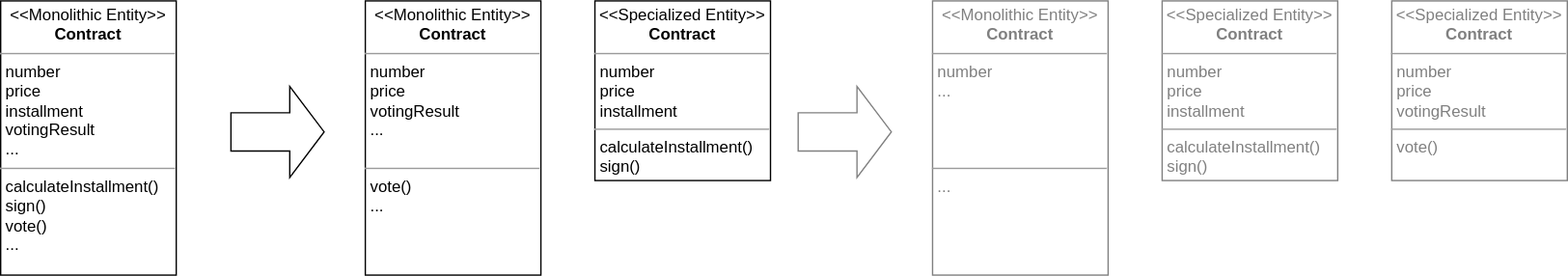
Above: docs/images/domain-driven-refactorings/tactical-for-strategic/carve-specialized-entity-out-of-monolithic-entity.drawio.svg in hschwentner/hschwentner.io (draw.io), before the change. Source tidied: cells renumbered, new cells last; positions are measured from the earlier drawing's top-left corner, leaving out a move shared by most shapes. Its diagram source:
```xml
<mxGraphModel>
  <root>
    <mxCell id="0" />
    <mxCell id="1" parent="0" />
    <mxCell id="2" value="&lt;p style=&quot;margin: 0px ; margin-top: 4px ; text-align: center&quot;&gt;&amp;lt;&amp;lt;Monolithic Entity&amp;gt;&amp;gt;&lt;br&gt;&lt;b&gt;Contract&lt;/b&gt;&lt;/p&gt;&lt;hr size=&quot;1&quot;&gt;&lt;p style=&quot;margin: 0px ; margin-left: 4px&quot;&gt;number&lt;/p&gt;&lt;p style=&quot;margin: 0px ; margin-left: 4px&quot;&gt;price&lt;/p&gt;&lt;p style=&quot;margin: 0px 0px 0px 4px&quot;&gt;installment&lt;/p&gt;&lt;p style=&quot;margin: 0px ; margin-left: 4px&quot;&gt;votingResult&lt;/p&gt;&lt;p style=&quot;margin: 0px ; margin-left: 4px&quot;&gt;&lt;span&gt;...&lt;/span&gt;&lt;br&gt;&lt;/p&gt;&lt;hr size=&quot;1&quot;&gt;&lt;p style=&quot;margin: 0px ; margin-left: 4px&quot;&gt;&lt;span&gt;calculateInstallment()&lt;/span&gt;&lt;br&gt;&lt;/p&gt;&lt;p style=&quot;margin: 0px ; margin-left: 4px&quot;&gt;sign()&lt;/p&gt;&lt;p style=&quot;margin: 0px ; margin-left: 4px&quot;&gt;vote()&lt;/p&gt;&lt;p style=&quot;margin: 0px ; margin-left: 4px&quot;&gt;...&lt;/p&gt;" style="verticalAlign=top;align=left;overflow=fill;fontSize=12;fontFamily=Helvetica;html=1;" parent="1" vertex="1">
      <mxGeometry width="130" height="203" as="geometry" />
    </mxCell>
    <mxCell id="3" style="shape=flexArrow;endArrow=classic;html=1;rounded=0;endWidth=38.14814814814815;endSize=8.15;width=28.333333333333332;" parent="1" edge="1">
      <mxGeometry relative="1" as="geometry">
        <mxPoint x="170" y="97" as="sourcePoint" />
        <mxPoint x="240" y="97" as="targetPoint" />
      </mxGeometry>
    </mxCell>
    <mxCell id="4" value="&lt;p style=&quot;margin: 0px ; margin-top: 4px ; text-align: center&quot;&gt;&amp;lt;&amp;lt;Specialized Entity&amp;gt;&amp;gt;&lt;br&gt;&lt;b&gt;Contract&lt;/b&gt;&lt;/p&gt;&lt;hr size=&quot;1&quot;&gt;&lt;p style=&quot;margin: 0px ; margin-left: 4px&quot;&gt;number&lt;/p&gt;&lt;p style=&quot;margin: 0px ; margin-left: 4px&quot;&gt;price&lt;/p&gt;&lt;p style=&quot;margin: 0px ; margin-left: 4px&quot;&gt;installment&lt;/p&gt;&lt;hr size=&quot;1&quot;&gt;&lt;p style=&quot;margin: 0px 0px 0px 4px&quot;&gt;calculateInstallment()&lt;br&gt;&lt;/p&gt;&lt;p style=&quot;margin: 0px 0px 0px 4px&quot;&gt;sign()&lt;/p&gt;" style="verticalAlign=top;align=left;overflow=fill;fontSize=12;fontFamily=Helvetica;html=1;" parent="1" vertex="1">
      <mxGeometry x="440" width="130" height="133" as="geometry" />
    </mxCell>
    <mxCell id="5" value="&lt;p style=&quot;margin: 0px ; margin-top: 4px ; text-align: center&quot;&gt;&amp;lt;&amp;lt;Monolithic Entity&amp;gt;&amp;gt;&lt;br&gt;&lt;b&gt;Contract&lt;/b&gt;&lt;/p&gt;&lt;hr size=&quot;1&quot;&gt;&lt;p style=&quot;margin: 0px ; margin-left: 4px&quot;&gt;number&lt;/p&gt;&lt;p style=&quot;margin: 0px ; margin-left: 4px&quot;&gt;price&lt;/p&gt;&lt;p style=&quot;margin: 0px ; margin-left: 4px&quot;&gt;votingResult&lt;/p&gt;&lt;p style=&quot;margin: 0px ; margin-left: 4px&quot;&gt;...&lt;/p&gt;&lt;p style=&quot;margin: 0px ; margin-left: 4px&quot;&gt;&lt;br&gt;&lt;/p&gt;&lt;hr size=&quot;1&quot;&gt;&lt;p style=&quot;margin: 0px ; margin-left: 4px&quot;&gt;&lt;span&gt;vote()&lt;/span&gt;&lt;br&gt;&lt;/p&gt;&lt;p style=&quot;margin: 0px ; margin-left: 4px&quot;&gt;...&lt;/p&gt;" style="verticalAlign=top;align=left;overflow=fill;fontSize=12;fontFamily=Helvetica;html=1;" parent="1" vertex="1">
      <mxGeometry x="270" width="130" height="203" as="geometry" />
    </mxCell>
    <mxCell id="6" style="shape=flexArrow;endArrow=classic;html=1;rounded=0;endWidth=38.14814814814815;endSize=8.15;width=28.333333333333332;strokeColor=#808080;fontColor=#808080;" parent="1" edge="1">
      <mxGeometry relative="1" as="geometry">
        <mxPoint x="590" y="97" as="sourcePoint" />
        <mxPoint x="660" y="97" as="targetPoint" />
      </mxGeometry>
    </mxCell>
    <mxCell id="7" value="&lt;p style=&quot;margin: 0px ; margin-top: 4px ; text-align: center&quot;&gt;&amp;lt;&amp;lt;Specialized Entity&amp;gt;&amp;gt;&lt;br&gt;&lt;b&gt;Contract&lt;/b&gt;&lt;/p&gt;&lt;hr size=&quot;1&quot;&gt;&lt;p style=&quot;margin: 0px ; margin-left: 4px&quot;&gt;number&lt;/p&gt;&lt;p style=&quot;margin: 0px ; margin-left: 4px&quot;&gt;price&lt;/p&gt;&lt;p style=&quot;margin: 0px ; margin-left: 4px&quot;&gt;installment&lt;/p&gt;&lt;hr size=&quot;1&quot;&gt;&lt;p style=&quot;margin: 0px 0px 0px 4px&quot;&gt;calculateInstallment()&lt;br&gt;&lt;/p&gt;&lt;p style=&quot;margin: 0px 0px 0px 4px&quot;&gt;sign()&lt;/p&gt;" style="verticalAlign=top;align=left;overflow=fill;fontSize=12;fontFamily=Helvetica;html=1;strokeColor=#808080;fontColor=#808080;" parent="1" vertex="1">
      <mxGeometry x="860" width="130" height="133" as="geometry" />
    </mxCell>
    <mxCell id="8" value="&lt;p style=&quot;margin: 0px ; margin-top: 4px ; text-align: center&quot;&gt;&amp;lt;&amp;lt;Monolithic Entity&amp;gt;&amp;gt;&lt;br&gt;&lt;b&gt;Contract&lt;/b&gt;&lt;/p&gt;&lt;hr size=&quot;1&quot;&gt;&lt;p style=&quot;margin: 0px ; margin-left: 4px&quot;&gt;number&lt;/p&gt;&lt;p style=&quot;margin: 0px ; margin-left: 4px&quot;&gt;&lt;span&gt;...&lt;/span&gt;&lt;br&gt;&lt;/p&gt;&lt;p style=&quot;margin: 0px ; margin-left: 4px&quot;&gt;&lt;span&gt;&lt;br&gt;&lt;/span&gt;&lt;/p&gt;&lt;p style=&quot;margin: 0px ; margin-left: 4px&quot;&gt;&lt;span&gt;&lt;br&gt;&lt;/span&gt;&lt;/p&gt;&lt;p style=&quot;margin: 0px ; margin-left: 4px&quot;&gt;&lt;span&gt;&lt;br&gt;&lt;/span&gt;&lt;/p&gt;&lt;hr size=&quot;1&quot;&gt;&lt;p style=&quot;margin: 0px ; margin-left: 4px&quot;&gt;&lt;span&gt;...&lt;/span&gt;&lt;br&gt;&lt;/p&gt;" style="verticalAlign=top;align=left;overflow=fill;fontSize=12;fontFamily=Helvetica;html=1;strokeColor=#808080;fontColor=#808080;" parent="1" vertex="1">
      <mxGeometry x="690" width="130" height="203" as="geometry" />
    </mxCell>
    <mxCell id="9" value="&lt;p style=&quot;margin: 0px ; margin-top: 4px ; text-align: center&quot;&gt;&amp;lt;&amp;lt;Specialized Entity&amp;gt;&amp;gt;&lt;br&gt;&lt;b&gt;Contract&lt;/b&gt;&lt;/p&gt;&lt;hr size=&quot;1&quot;&gt;&lt;p style=&quot;margin: 0px ; margin-left: 4px&quot;&gt;number&lt;/p&gt;&lt;p style=&quot;margin: 0px ; margin-left: 4px&quot;&gt;price&lt;/p&gt;&lt;p style=&quot;margin: 0px ; margin-left: 4px&quot;&gt;votingResult&lt;/p&gt;&lt;hr size=&quot;1&quot;&gt;&lt;p style=&quot;margin: 0px 0px 0px 4px&quot;&gt;&lt;span&gt;vote()&lt;/span&gt;&lt;br&gt;&lt;/p&gt;" style="verticalAlign=top;align=left;overflow=fill;fontSize=12;fontFamily=Helvetica;html=1;strokeColor=#808080;fontColor=#808080;" parent="1" vertex="1">
      <mxGeometry x="1030" width="130" height="133" as="geometry" />
    </mxCell>
  </root>
</mxGraphModel>
```
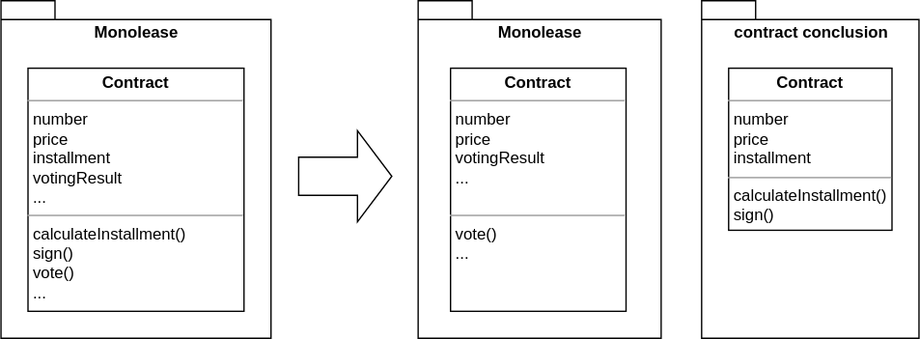
After the commit.

Commit message:
Add Carve Out Specialized Entity

Diff of the diagram source:
```diff
@@ -2,35 +2,29 @@
   <root>
     <mxCell id="0" />
     <mxCell id="1" parent="0" />
-    <mxCell id="2" value="&lt;p style=&quot;margin: 0px ; margin-top: 4px ; text-align: center&quot;&gt;&amp;lt;&amp;lt;Monolithic Entity&amp;gt;&amp;gt;&lt;br&gt;&lt;b&gt;Contract&lt;/b&gt;&lt;/p&gt;&lt;hr size=&quot;1&quot;&gt;&lt;p style=&quot;margin: 0px ; margin-left: 4px&quot;&gt;number&lt;/p&gt;&lt;p style=&quot;margin: 0px ; margin-left: 4px&quot;&gt;price&lt;/p&gt;&lt;p style=&quot;margin: 0px 0px 0px 4px&quot;&gt;installment&lt;/p&gt;&lt;p style=&quot;margin: 0px ; margin-left: 4px&quot;&gt;votingResult&lt;/p&gt;&lt;p style=&quot;margin: 0px ; margin-left: 4px&quot;&gt;&lt;span&gt;...&lt;/span&gt;&lt;br&gt;&lt;/p&gt;&lt;hr size=&quot;1&quot;&gt;&lt;p style=&quot;margin: 0px ; margin-left: 4px&quot;&gt;&lt;span&gt;calculateInstallment()&lt;/span&gt;&lt;br&gt;&lt;/p&gt;&lt;p style=&quot;margin: 0px ; margin-left: 4px&quot;&gt;sign()&lt;/p&gt;&lt;p style=&quot;margin: 0px ; margin-left: 4px&quot;&gt;vote()&lt;/p&gt;&lt;p style=&quot;margin: 0px ; margin-left: 4px&quot;&gt;...&lt;/p&gt;" style="verticalAlign=top;align=left;overflow=fill;fontSize=12;fontFamily=Helvetica;html=1;" parent="1" vertex="1">
-      <mxGeometry width="130" height="203" as="geometry" />
-    </mxCell>
-    <mxCell id="3" style="shape=flexArrow;endArrow=classic;html=1;rounded=0;endWidth=38.14814814814815;endSize=8.15;width=28.333333333333332;" parent="1" edge="1">
-      <mxGeometry relative="1" as="geometry">
-        <mxPoint x="170" y="97" as="sourcePoint" />
-        <mxPoint x="240" y="97" as="targetPoint" />
-      </mxGeometry>
-    </mxCell>
-    <mxCell id="4" value="&lt;p style=&quot;margin: 0px ; margin-top: 4px ; text-align: center&quot;&gt;&amp;lt;&amp;lt;Specialized Entity&amp;gt;&amp;gt;&lt;br&gt;&lt;b&gt;Contract&lt;/b&gt;&lt;/p&gt;&lt;hr size=&quot;1&quot;&gt;&lt;p style=&quot;margin: 0px ; margin-left: 4px&quot;&gt;number&lt;/p&gt;&lt;p style=&quot;margin: 0px ; margin-left: 4px&quot;&gt;price&lt;/p&gt;&lt;p style=&quot;margin: 0px ; margin-left: 4px&quot;&gt;installment&lt;/p&gt;&lt;hr size=&quot;1&quot;&gt;&lt;p style=&quot;margin: 0px 0px 0px 4px&quot;&gt;calculateInstallment()&lt;br&gt;&lt;/p&gt;&lt;p style=&quot;margin: 0px 0px 0px 4px&quot;&gt;sign()&lt;/p&gt;" style="verticalAlign=top;align=left;overflow=fill;fontSize=12;fontFamily=Helvetica;html=1;" parent="1" vertex="1">
-      <mxGeometry x="440" width="130" height="133" as="geometry" />
-    </mxCell>
-    <mxCell id="5" value="&lt;p style=&quot;margin: 0px ; margin-top: 4px ; text-align: center&quot;&gt;&amp;lt;&amp;lt;Monolithic Entity&amp;gt;&amp;gt;&lt;br&gt;&lt;b&gt;Contract&lt;/b&gt;&lt;/p&gt;&lt;hr size=&quot;1&quot;&gt;&lt;p style=&quot;margin: 0px ; margin-left: 4px&quot;&gt;number&lt;/p&gt;&lt;p style=&quot;margin: 0px ; margin-left: 4px&quot;&gt;price&lt;/p&gt;&lt;p style=&quot;margin: 0px ; margin-left: 4px&quot;&gt;votingResult&lt;/p&gt;&lt;p style=&quot;margin: 0px ; margin-left: 4px&quot;&gt;...&lt;/p&gt;&lt;p style=&quot;margin: 0px ; margin-left: 4px&quot;&gt;&lt;br&gt;&lt;/p&gt;&lt;hr size=&quot;1&quot;&gt;&lt;p style=&quot;margin: 0px ; margin-left: 4px&quot;&gt;&lt;span&gt;vote()&lt;/span&gt;&lt;br&gt;&lt;/p&gt;&lt;p style=&quot;margin: 0px ; margin-left: 4px&quot;&gt;...&lt;/p&gt;" style="verticalAlign=top;align=left;overflow=fill;fontSize=12;fontFamily=Helvetica;html=1;" parent="1" vertex="1">
-      <mxGeometry x="270" width="130" height="203" as="geometry" />
-    </mxCell>
-    <mxCell id="6" style="shape=flexArrow;endArrow=classic;html=1;rounded=0;endWidth=38.14814814814815;endSize=8.15;width=28.333333333333332;strokeColor=#808080;fontColor=#808080;" parent="1" edge="1">
-      <mxGeometry relative="1" as="geometry">
-        <mxPoint x="590" y="97" as="sourcePoint" />
-        <mxPoint x="660" y="97" as="targetPoint" />
-      </mxGeometry>
-    </mxCell>
-    <mxCell id="7" value="&lt;p style=&quot;margin: 0px ; margin-top: 4px ; text-align: center&quot;&gt;&amp;lt;&amp;lt;Specialized Entity&amp;gt;&amp;gt;&lt;br&gt;&lt;b&gt;Contract&lt;/b&gt;&lt;/p&gt;&lt;hr size=&quot;1&quot;&gt;&lt;p style=&quot;margin: 0px ; margin-left: 4px&quot;&gt;number&lt;/p&gt;&lt;p style=&quot;margin: 0px ; margin-left: 4px&quot;&gt;price&lt;/p&gt;&lt;p style=&quot;margin: 0px ; margin-left: 4px&quot;&gt;installment&lt;/p&gt;&lt;hr size=&quot;1&quot;&gt;&lt;p style=&quot;margin: 0px 0px 0px 4px&quot;&gt;calculateInstallment()&lt;br&gt;&lt;/p&gt;&lt;p style=&quot;margin: 0px 0px 0px 4px&quot;&gt;sign()&lt;/p&gt;" style="verticalAlign=top;align=left;overflow=fill;fontSize=12;fontFamily=Helvetica;html=1;strokeColor=#808080;fontColor=#808080;" parent="1" vertex="1">
-      <mxGeometry x="860" width="130" height="133" as="geometry" />
-    </mxCell>
-    <mxCell id="8" value="&lt;p style=&quot;margin: 0px ; margin-top: 4px ; text-align: center&quot;&gt;&amp;lt;&amp;lt;Monolithic Entity&amp;gt;&amp;gt;&lt;br&gt;&lt;b&gt;Contract&lt;/b&gt;&lt;/p&gt;&lt;hr size=&quot;1&quot;&gt;&lt;p style=&quot;margin: 0px ; margin-left: 4px&quot;&gt;number&lt;/p&gt;&lt;p style=&quot;margin: 0px ; margin-left: 4px&quot;&gt;&lt;span&gt;...&lt;/span&gt;&lt;br&gt;&lt;/p&gt;&lt;p style=&quot;margin: 0px ; margin-left: 4px&quot;&gt;&lt;span&gt;&lt;br&gt;&lt;/span&gt;&lt;/p&gt;&lt;p style=&quot;margin: 0px ; margin-left: 4px&quot;&gt;&lt;span&gt;&lt;br&gt;&lt;/span&gt;&lt;/p&gt;&lt;p style=&quot;margin: 0px ; margin-left: 4px&quot;&gt;&lt;span&gt;&lt;br&gt;&lt;/span&gt;&lt;/p&gt;&lt;hr size=&quot;1&quot;&gt;&lt;p style=&quot;margin: 0px ; margin-left: 4px&quot;&gt;&lt;span&gt;...&lt;/span&gt;&lt;br&gt;&lt;/p&gt;" style="verticalAlign=top;align=left;overflow=fill;fontSize=12;fontFamily=Helvetica;html=1;strokeColor=#808080;fontColor=#808080;" parent="1" vertex="1">
-      <mxGeometry x="690" width="130" height="203" as="geometry" />
-    </mxCell>
-    <mxCell id="9" value="&lt;p style=&quot;margin: 0px ; margin-top: 4px ; text-align: center&quot;&gt;&amp;lt;&amp;lt;Specialized Entity&amp;gt;&amp;gt;&lt;br&gt;&lt;b&gt;Contract&lt;/b&gt;&lt;/p&gt;&lt;hr size=&quot;1&quot;&gt;&lt;p style=&quot;margin: 0px ; margin-left: 4px&quot;&gt;number&lt;/p&gt;&lt;p style=&quot;margin: 0px ; margin-left: 4px&quot;&gt;price&lt;/p&gt;&lt;p style=&quot;margin: 0px ; margin-left: 4px&quot;&gt;votingResult&lt;/p&gt;&lt;hr size=&quot;1&quot;&gt;&lt;p style=&quot;margin: 0px 0px 0px 4px&quot;&gt;&lt;span&gt;vote()&lt;/span&gt;&lt;br&gt;&lt;/p&gt;" style="verticalAlign=top;align=left;overflow=fill;fontSize=12;fontFamily=Helvetica;html=1;strokeColor=#808080;fontColor=#808080;" parent="1" vertex="1">
-      <mxGeometry x="1030" width="130" height="133" as="geometry" />
-    </mxCell>
+    <mxCell id="10" value="Monolease" style="shape=folder;fontStyle=1;spacingTop=10;tabWidth=40;tabHeight=14;tabPosition=left;html=1;verticalAlign=top;" parent="1" vertex="1">
+      <mxGeometry x="-50" y="580" width="200" height="250" as="geometry" />
+    </mxCell>
+    <mxCell id="11" value="&lt;p style=&quot;margin: 0px ; margin-top: 4px ; text-align: center&quot;&gt;&lt;b&gt;Contract&lt;/b&gt;&lt;/p&gt;&lt;hr size=&quot;1&quot;&gt;&lt;p style=&quot;margin: 0px ; margin-left: 4px&quot;&gt;number&lt;/p&gt;&lt;p style=&quot;margin: 0px ; margin-left: 4px&quot;&gt;price&lt;/p&gt;&lt;p style=&quot;margin: 0px 0px 0px 4px&quot;&gt;installment&lt;/p&gt;&lt;p style=&quot;margin: 0px ; margin-left: 4px&quot;&gt;votingResult&lt;/p&gt;&lt;p style=&quot;margin: 0px ; margin-left: 4px&quot;&gt;&lt;span&gt;...&lt;/span&gt;&lt;br&gt;&lt;/p&gt;&lt;hr size=&quot;1&quot;&gt;&lt;p style=&quot;margin: 0px ; margin-left: 4px&quot;&gt;&lt;span&gt;calculateInstallment()&lt;/span&gt;&lt;br&gt;&lt;/p&gt;&lt;p style=&quot;margin: 0px ; margin-left: 4px&quot;&gt;sign()&lt;/p&gt;&lt;p style=&quot;margin: 0px ; margin-left: 4px&quot;&gt;vote()&lt;/p&gt;&lt;p style=&quot;margin: 0px ; margin-left: 4px&quot;&gt;...&lt;/p&gt;" style="verticalAlign=top;align=left;overflow=fill;fontSize=12;fontFamily=Helvetica;html=1;" parent="1" vertex="1">
+      <mxGeometry x="-30" y="630" width="160" height="180" as="geometry" />
+    </mxCell>
+    <mxCell id="12" value="Monolease" style="shape=folder;fontStyle=1;spacingTop=10;tabWidth=40;tabHeight=14;tabPosition=left;html=1;verticalAlign=top;" parent="1" vertex="1">
+      <mxGeometry x="259" y="580" width="180" height="250" as="geometry" />
+    </mxCell>
+    <mxCell id="13" value="contract conclusion" style="shape=folder;fontStyle=1;spacingTop=10;tabWidth=40;tabHeight=14;tabPosition=left;html=1;verticalAlign=top;" parent="1" vertex="1">
+      <mxGeometry x="469" y="580" width="161" height="250" as="geometry" />
+    </mxCell>
+    <mxCell id="14" value="&lt;p style=&quot;margin: 0px ; margin-top: 4px ; text-align: center&quot;&gt;&lt;b&gt;Contract&lt;/b&gt;&lt;/p&gt;&lt;hr size=&quot;1&quot;&gt;&lt;p style=&quot;margin: 0px ; margin-left: 4px&quot;&gt;number&lt;/p&gt;&lt;p style=&quot;margin: 0px ; margin-left: 4px&quot;&gt;price&lt;/p&gt;&lt;p style=&quot;margin: 0px ; margin-left: 4px&quot;&gt;votingResult&lt;/p&gt;&lt;p style=&quot;margin: 0px ; margin-left: 4px&quot;&gt;...&lt;/p&gt;&lt;p style=&quot;margin: 0px ; margin-left: 4px&quot;&gt;&lt;br&gt;&lt;/p&gt;&lt;hr size=&quot;1&quot;&gt;&lt;p style=&quot;margin: 0px ; margin-left: 4px&quot;&gt;&lt;span&gt;vote()&lt;/span&gt;&lt;br&gt;&lt;/p&gt;&lt;p style=&quot;margin: 0px ; margin-left: 4px&quot;&gt;...&lt;/p&gt;" style="verticalAlign=top;align=left;overflow=fill;fontSize=12;fontFamily=Helvetica;html=1;" parent="1" vertex="1">
+      <mxGeometry x="283" y="630" width="130" height="180" as="geometry" />
+    </mxCell>
+    <mxCell id="15" value="&lt;p style=&quot;margin: 0px ; margin-top: 4px ; text-align: center&quot;&gt;&lt;b&gt;Contract&lt;/b&gt;&lt;/p&gt;&lt;hr size=&quot;1&quot;&gt;&lt;p style=&quot;margin: 0px ; margin-left: 4px&quot;&gt;number&lt;/p&gt;&lt;p style=&quot;margin: 0px ; margin-left: 4px&quot;&gt;price&lt;/p&gt;&lt;p style=&quot;margin: 0px ; margin-left: 4px&quot;&gt;installment&lt;/p&gt;&lt;hr size=&quot;1&quot;&gt;&lt;p style=&quot;margin: 0px 0px 0px 4px&quot;&gt;calculateInstallment()&lt;br&gt;&lt;/p&gt;&lt;p style=&quot;margin: 0px 0px 0px 4px&quot;&gt;sign()&lt;/p&gt;" style="verticalAlign=top;align=left;overflow=fill;fontSize=12;fontFamily=Helvetica;html=1;" parent="1" vertex="1">
+      <mxGeometry x="489" y="630" width="121" height="120" as="geometry" />
+    </mxCell>
+    <mxCell id="16" style="shape=flexArrow;endArrow=classic;html=1;rounded=0;endWidth=38.14814814814815;endSize=8.15;width=28.333333333333332;" parent="1" edge="1">
+      <mxGeometry relative="1" as="geometry">
+        <mxPoint x="170" y="710" as="sourcePoint" />
+        <mxPoint x="240" y="710" as="targetPoint" />
+      </mxGeometry>
+    </mxCell>
   </root>
 </mxGraphModel>
```
